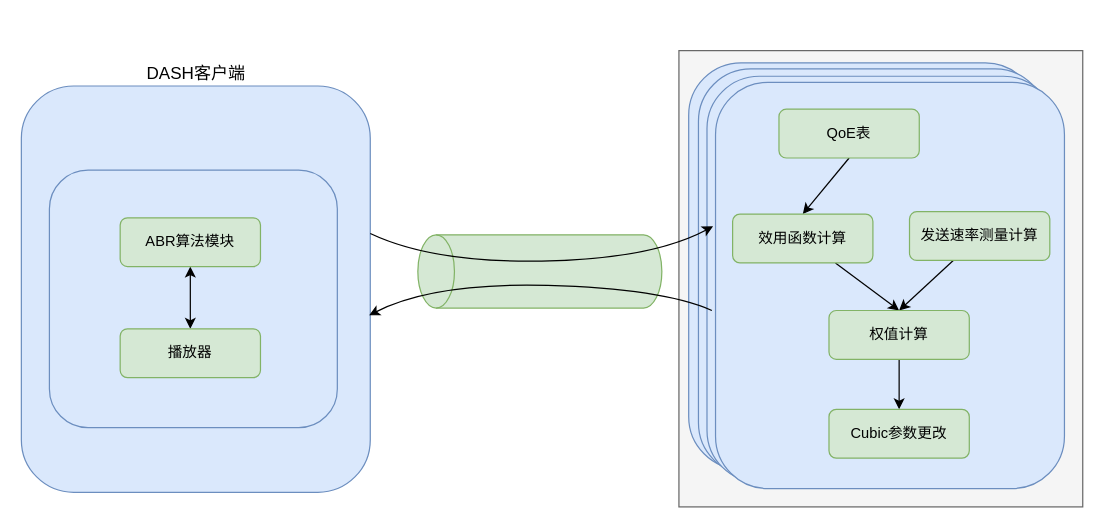
Above: Minerva Structure.drawio in Lingnuo/Project01 (draw.io), before the change. Source tidied: cells renumbered, new cells numbered last; positions are measured from the earlier drawing's top-left corner, leaving out a move shared by most shapes. Both pictures are drawn from the tidied source at 122%, with x=0, y=0 at pixel (21, 50).
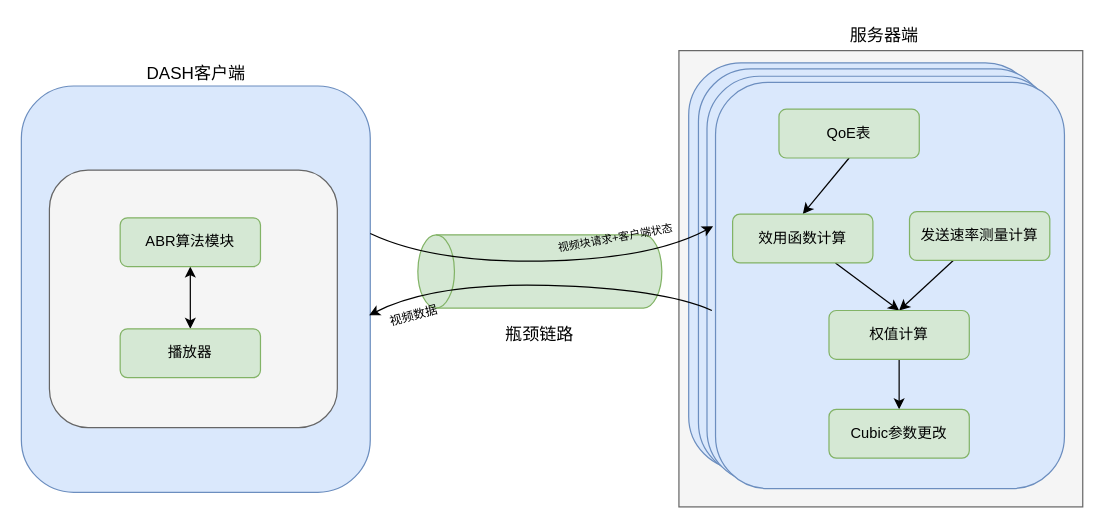
Above is the later version.

Diff of the diagram source:
```diff
@@
-    <mxCell id="7" style="rounded=1;whiteSpace=wrap;html=1;fontSize=12;fillColor=#dae8fc;strokeColor=#6c8ebf;" parent="1" vertex="1">
+    <mxCell id="7" style="rounded=1;whiteSpace=wrap;html=1;fontSize=12;fillColor=#f5f5f5;strokeColor=#666666;fontColor=#333333;" parent="1" vertex="1">
       <mxGeometry x="23" y="98" width="236" height="211" as="geometry" />
     </mxCell>
@@
+    <mxCell id="25" value="&lt;font style=&quot;font-size: 14px&quot;&gt;瓶颈链路&lt;/font&gt;" style="text;html=1;strokeColor=none;fillColor=none;align=center;verticalAlign=middle;whiteSpace=wrap;rounded=0;" parent="1" vertex="1">
+      <mxGeometry x="395" y="218" width="60" height="30" as="geometry" />
+    </mxCell>
+    <mxCell id="26" value="&lt;font style=&quot;font-size: 9px&quot;&gt;视频块请求+客户端状态&lt;/font&gt;" style="text;html=1;strokeColor=none;fillColor=none;align=center;verticalAlign=middle;whiteSpace=wrap;rounded=0;fontSize=14;rotation=-10;" parent="1" vertex="1">
+      <mxGeometry x="415" y="137" width="144" height="30" as="geometry" />
+    </mxCell>
+    <mxCell id="27" value="&lt;font size=&quot;1&quot;&gt;视频数据&lt;/font&gt;" style="text;html=1;strokeColor=none;fillColor=none;align=center;verticalAlign=middle;whiteSpace=wrap;rounded=0;fontSize=14;rotation=-15;" parent="1" vertex="1">
+      <mxGeometry x="291" y="201" width="61" height="30" as="geometry" />
+    </mxCell>
+    <mxCell id="28" value="&lt;font style=&quot;font-size: 14px&quot;&gt;服务器端&lt;/font&gt;" style="text;html=1;strokeColor=none;fillColor=none;align=center;verticalAlign=middle;whiteSpace=wrap;rounded=0;fontSize=12;" parent="1" vertex="1">
+      <mxGeometry x="658" y="-24" width="99" height="24" as="geometry" />
+    </mxCell>
```
